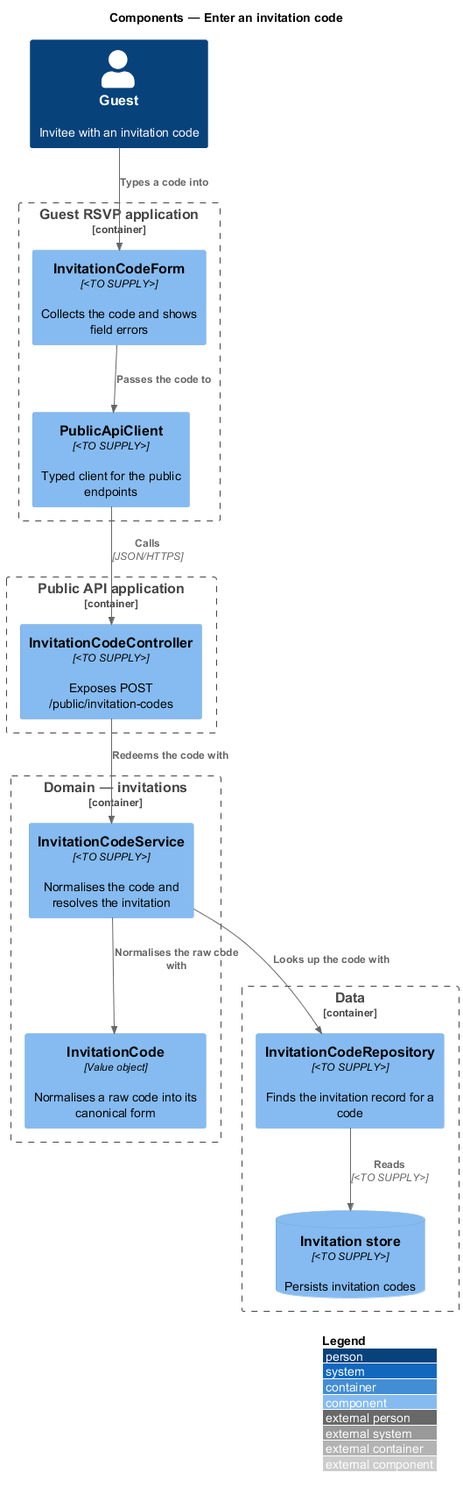
QuinntyneBrown/rsvp-cms keeps this PlantUML diagram as docs/detailed-designs/rsvp/enter-invitation-code/diagrams/c4-component.png. Above is the earlier version. The source it was exported from:
```plantuml
@startuml
!include <C4/C4_Component>
LAYOUT_WITH_LEGEND()
title Components — Enter an invitation code

Person(guest, "Guest", "Invitee with an invitation code")
Container_Boundary(rsvp, "Guest RSVP application") {
  Component(form, "InvitationCodeForm", "<TO SUPPLY>", "Collects the code and shows field errors")
  Component(rsvpClient, "PublicApiClient", "<TO SUPPLY>", "Typed client for the public endpoints")
}
Container_Boundary(publicApi, "Public API application") {
  Component(ctrl, "InvitationCodeController", "<TO SUPPLY>", "Exposes POST /public/invitation-codes")
}
Container_Boundary(domain, "Domain — invitations") {
  Component(service, "InvitationCodeService", "<TO SUPPLY>", "Normalises the code and resolves the invitation")
  Component(code, "InvitationCode", "Value object", "Normalises a raw code into its canonical form")
}
Container_Boundary(data, "Data") {
  Component(repo, "InvitationCodeRepository", "<TO SUPPLY>", "Finds the invitation record for a code")
  ComponentDb(store, "Invitation store", "<TO SUPPLY>", "Persists invitation codes")
}
Rel(guest, form, "Types a code into")
Rel(form, rsvpClient, "Passes the code to")
Rel(rsvpClient, ctrl, "Calls", "JSON/HTTPS")
Rel(ctrl, service, "Redeems the code with")
Rel(service, code, "Normalises the raw code with")
Rel(service, repo, "Looks up the code with")
Rel(repo, store, "Reads", "<TO SUPPLY>")
@enduml
```
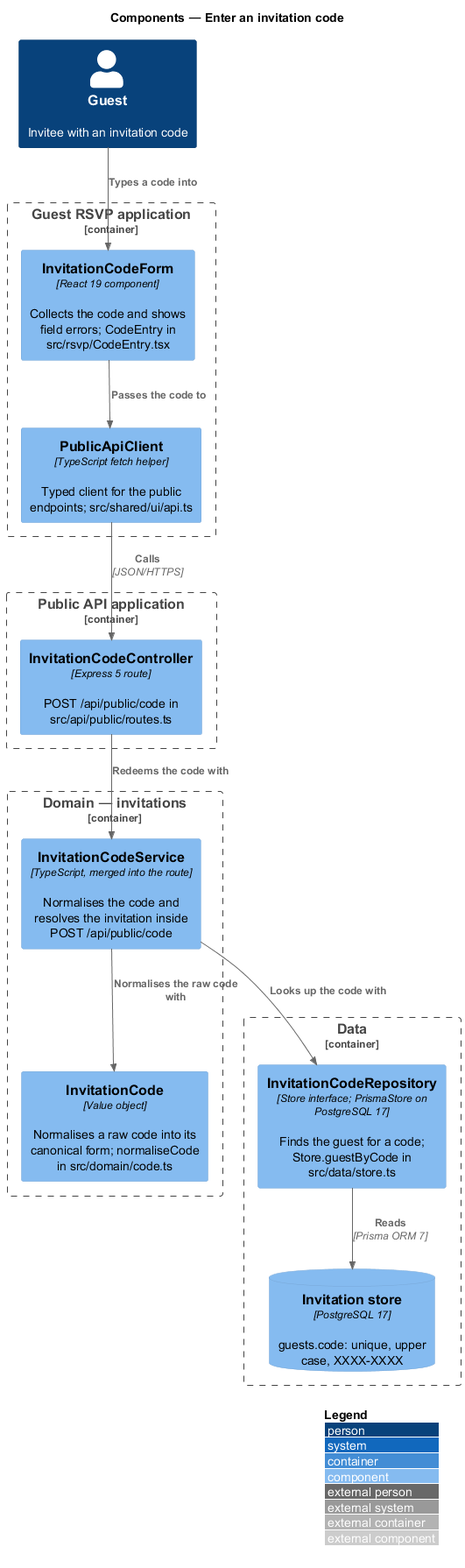
Later version of the same file.

Diff of the diagram source:
```diff
@@ -5,19 +5,19 @@
 
 Person(guest, "Guest", "Invitee with an invitation code")
 Container_Boundary(rsvp, "Guest RSVP application") {
-  Component(form, "InvitationCodeForm", "<TO SUPPLY>", "Collects the code and shows field errors")
-  Component(rsvpClient, "PublicApiClient", "<TO SUPPLY>", "Typed client for the public endpoints")
+  Component(form, "InvitationCodeForm", "React 19 component", "Collects the code and shows field errors; CodeEntry in src/rsvp/CodeEntry.tsx")
+  Component(rsvpClient, "PublicApiClient", "TypeScript fetch helper", "Typed client for the public endpoints; src/shared/ui/api.ts")
 }
 Container_Boundary(publicApi, "Public API application") {
-  Component(ctrl, "InvitationCodeController", "<TO SUPPLY>", "Exposes POST /public/invitation-codes")
+  Component(ctrl, "InvitationCodeController", "Express 5 route", "POST /api/public/code in src/api/public/routes.ts")
 }
 Container_Boundary(domain, "Domain — invitations") {
-  Component(service, "InvitationCodeService", "<TO SUPPLY>", "Normalises the code and resolves the invitation")
-  Component(code, "InvitationCode", "Value object", "Normalises a raw code into its canonical form")
+  Component(service, "InvitationCodeService", "TypeScript, merged into the route", "Normalises the code and resolves the invitation inside POST /api/public/code")
+  Component(code, "InvitationCode", "Value object", "Normalises a raw code into its canonical form; normaliseCode in src/domain/code.ts")
 }
 Container_Boundary(data, "Data") {
-  Component(repo, "InvitationCodeRepository", "<TO SUPPLY>", "Finds the invitation record for a code")
-  ComponentDb(store, "Invitation store", "<TO SUPPLY>", "Persists invitation codes")
+  Component(repo, "InvitationCodeRepository", "Store interface; PrismaStore on PostgreSQL 17", "Finds the guest for a code; Store.guestByCode in src/data/store.ts")
+  ComponentDb(store, "Invitation store", "PostgreSQL 17", "guests.code: unique, upper case, XXXX-XXXX")
 }
 Rel(guest, form, "Types a code into")
 Rel(form, rsvpClient, "Passes the code to")
@@ -25,5 +25,5 @@
 Rel(ctrl, service, "Redeems the code with")
 Rel(service, code, "Normalises the raw code with")
 Rel(service, repo, "Looks up the code with")
-Rel(repo, store, "Reads", "<TO SUPPLY>")
+Rel(repo, store, "Reads", "Prisma ORM 7")
 @enduml
```
